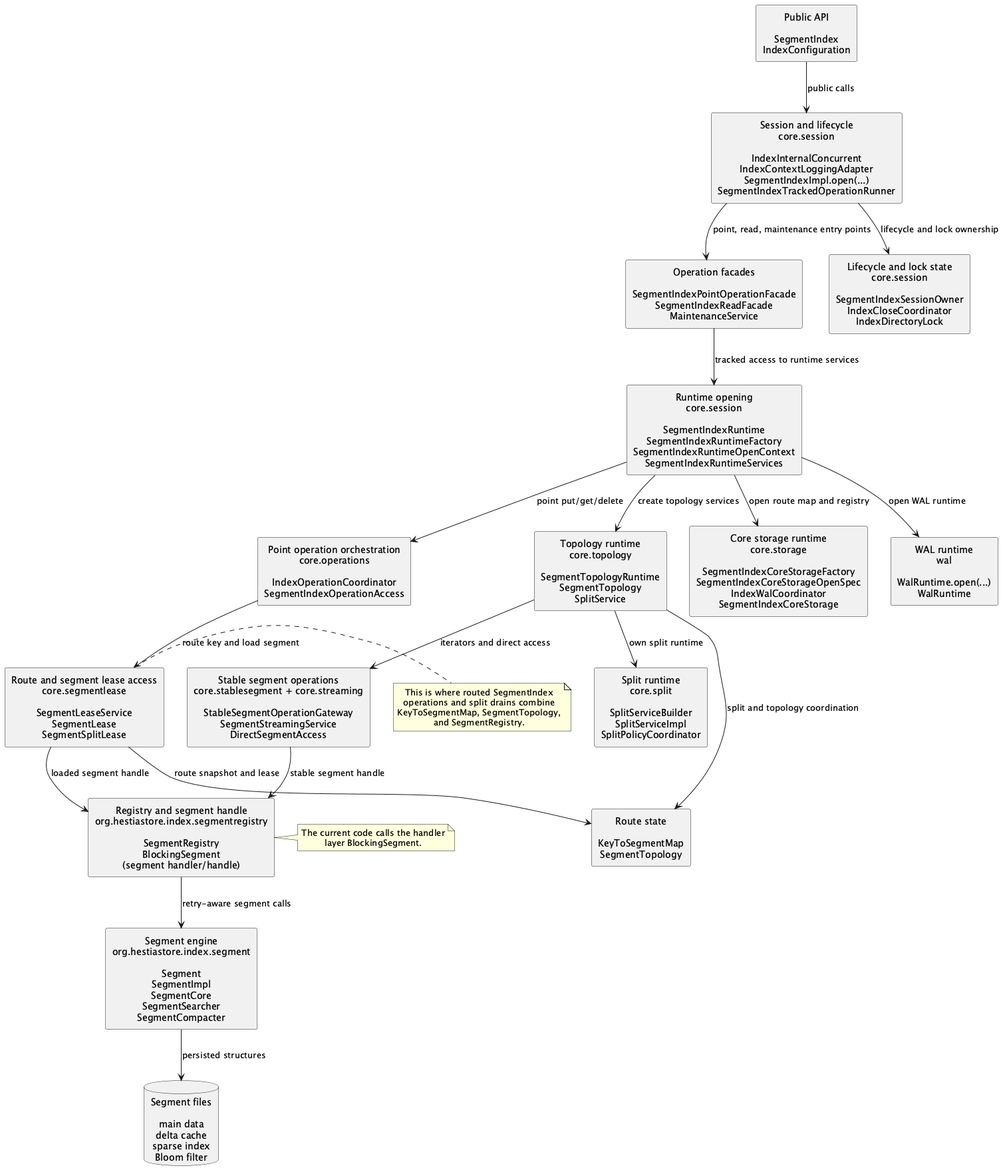
The PlantUML diagram docs/architecture/segmentindex/images/implementation-layers.png in jajir/HestiaStore, before a commit.
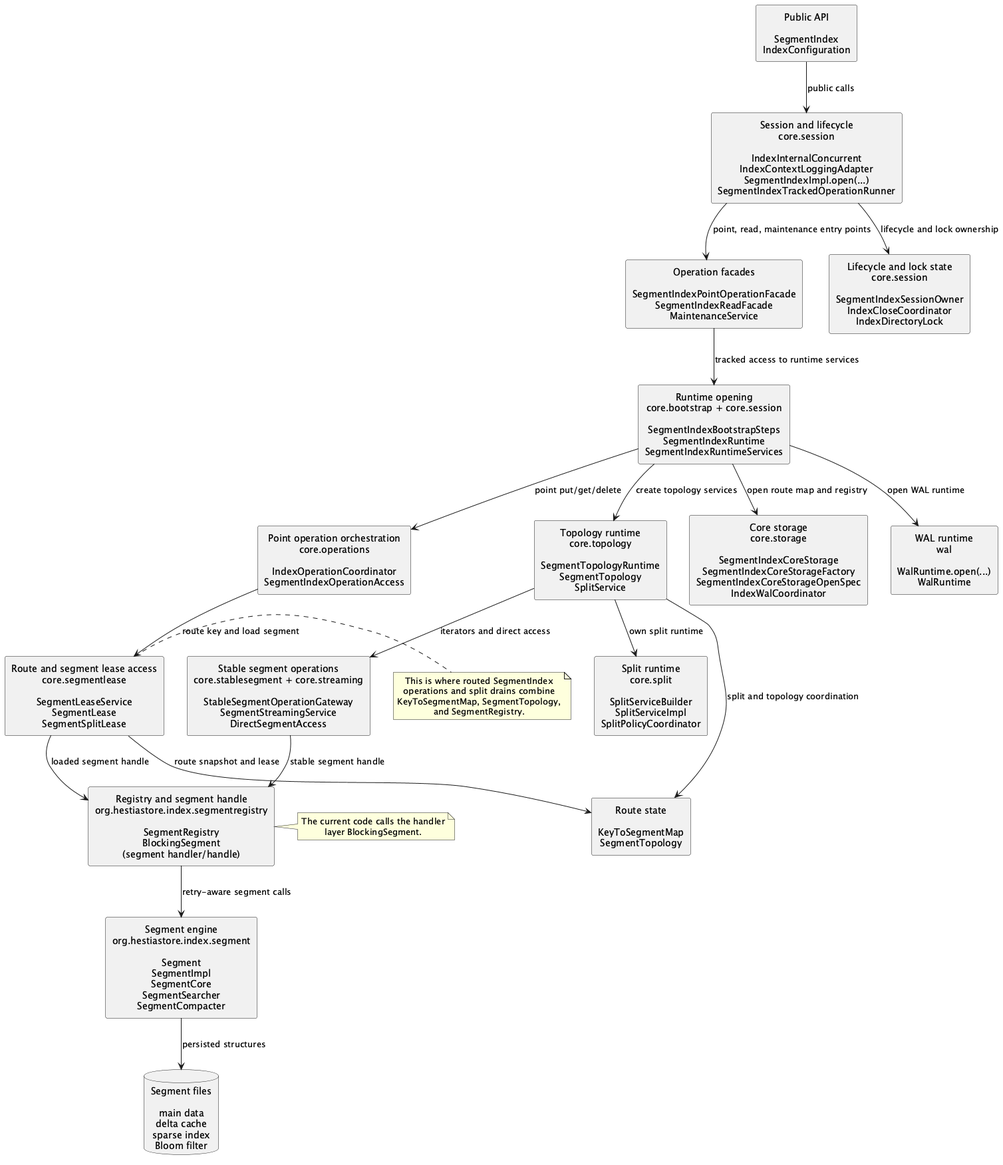
The same diagram one commit later.

Diff of the diagram source:
```diff
@@ -12,11 +12,11 @@
 
 component "Operation facades\n\nSegmentIndexPointOperationFacade\nSegmentIndexReadFacade\nMaintenanceService" as FACADES
 
-component "Runtime opening\ncore.session\n\nSegmentIndexRuntime\nSegmentIndexRuntimeFactory\nSegmentIndexRuntimeOpenContext\nSegmentIndexRuntimeServices" as RUNTIME
+component "Runtime opening\ncore.bootstrap + core.session\n\nSegmentIndexBootstrapSteps\nSegmentIndexRuntime\nSegmentIndexRuntimeServices" as RUNTIME
 
 component "Topology runtime\ncore.topology\n\nSegmentTopologyRuntime\nSegmentTopology\nSplitService" as TOPOLOGY_RUNTIME
 
-component "Core storage runtime\ncore.storage\n\nSegmentIndexCoreStorageFactory\nSegmentIndexCoreStorageOpenSpec\nIndexWalCoordinator\nSegmentIndexCoreStorage" as CORE_STORAGE
+component "Core storage\ncore.storage\n\nSegmentIndexCoreStorage\nSegmentIndexCoreStorageFactory\nSegmentIndexCoreStorageOpenSpec\nIndexWalCoordinator" as CORE_STORAGE
 
 component "Split runtime\ncore.split\n\nSplitServiceBuilder\nSplitServiceImpl\nSplitPolicyCoordinator" as SPLIT_RUNTIME
 
```
